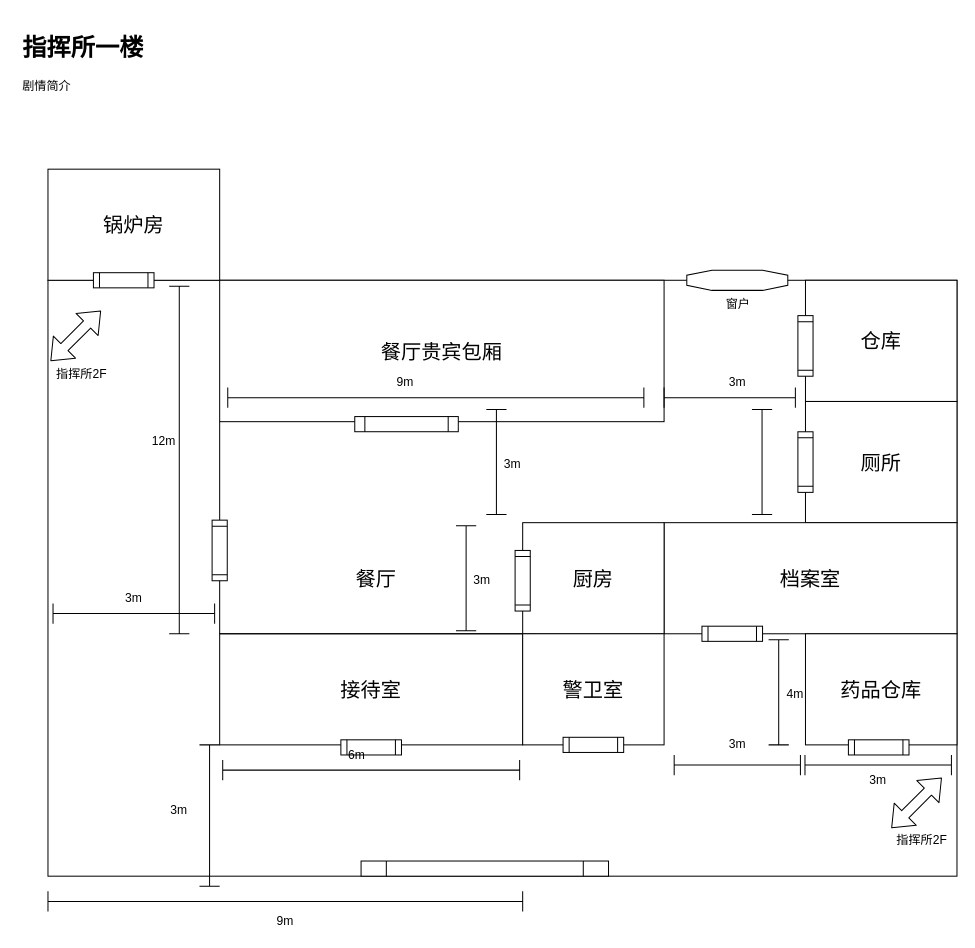
Above: page "指挥所1楼平面图" (2 of 3) of Tools/LevelDesignUML/LevelDesignExample .drawio in kwh3884858/Hippocampus (draw.io), before the change. Source tidied: cells renumbered, new cells numbered last; positions are measured from the earlier drawing's top-left corner, leaving out a move shared by most shapes. Both pictures are drawn from the tidied source at 101%, with x=0, y=0 at pixel (17, 27).
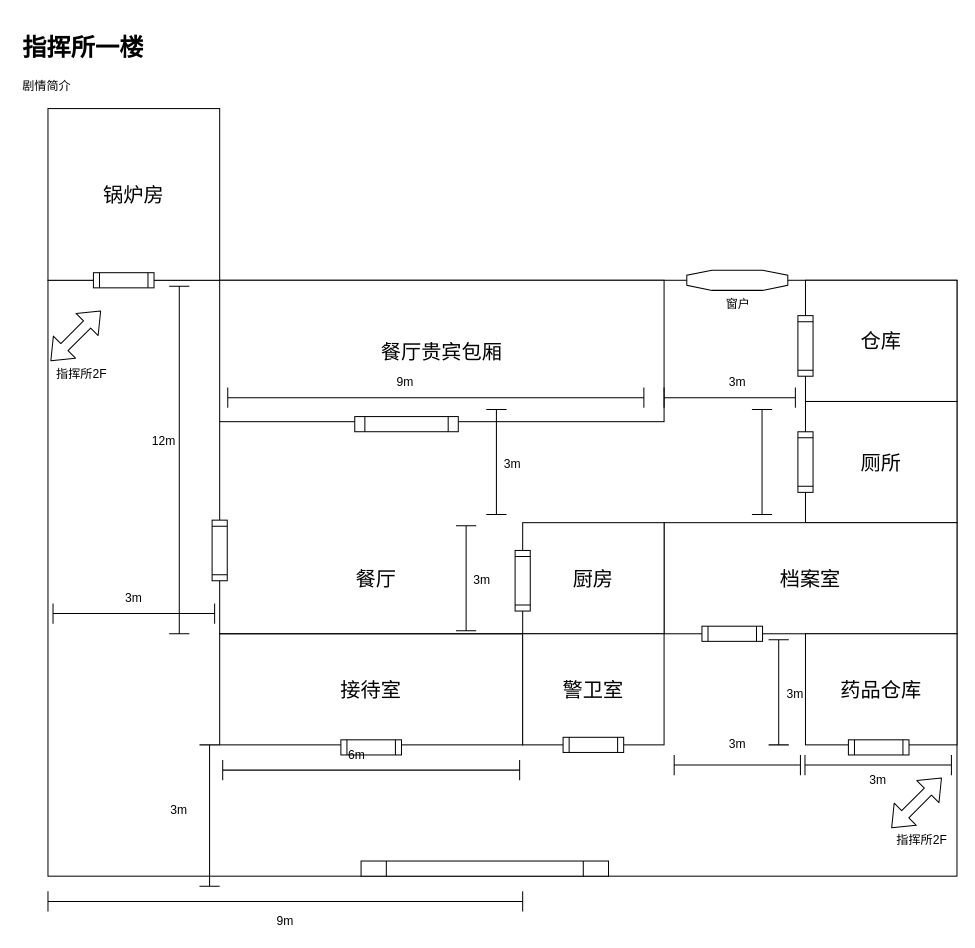
The same diagram, later.

Diff of the diagram source:
```diff
@@
     <mxCell id="27" value="&lt;span style=&quot;font-size: 20px&quot;&gt;锅炉房&lt;/span&gt;" style="rounded=0;whiteSpace=wrap;html=1;" parent="1" vertex="1">
-      <mxGeometry x="30" y="140" width="170" height="110" as="geometry" />
+      <mxGeometry x="30" y="80" width="170" height="170" as="geometry" />
     </mxCell>
@@
-    <mxCell id="48" value="4m" style="text;html=1;strokeColor=none;fillColor=none;align=center;verticalAlign=middle;whiteSpace=wrap;rounded=0;direction=south;" parent="1" vertex="1">
+    <mxCell id="48" value="3m" style="text;html=1;strokeColor=none;fillColor=none;align=center;verticalAlign=middle;whiteSpace=wrap;rounded=0;direction=south;" parent="1" vertex="1">
       <mxGeometry x="759.5" y="640" width="20" height="40" as="geometry" />
     </mxCell>
```
